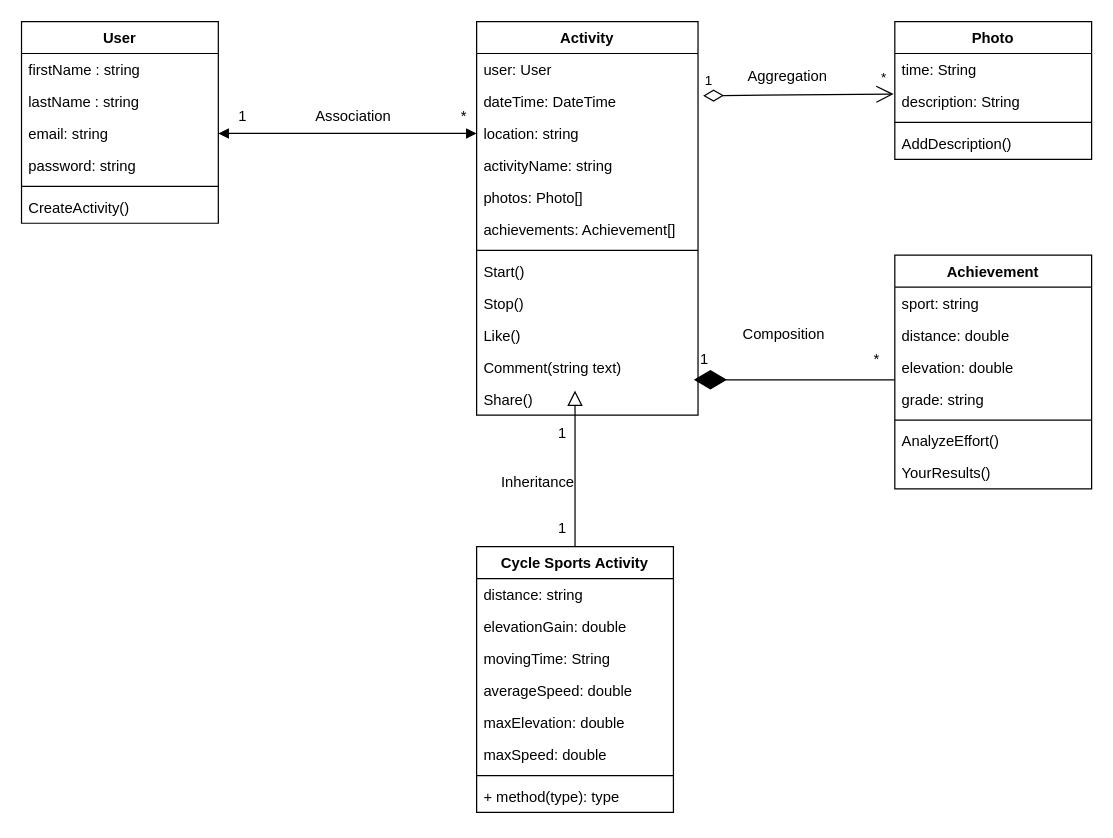
st0waway/Assignment-02-OOP keeps this draw.io diagram as Assoc.drawio. Above is the earlier version. Source tidied: cells renumbered, new cells numbered last; positions are measured from the earlier drawing's top-left corner, leaving out a move shared by most shapes. Both pictures are drawn from the tidied source at 123%, with x=0, y=0 at pixel (21, 21).
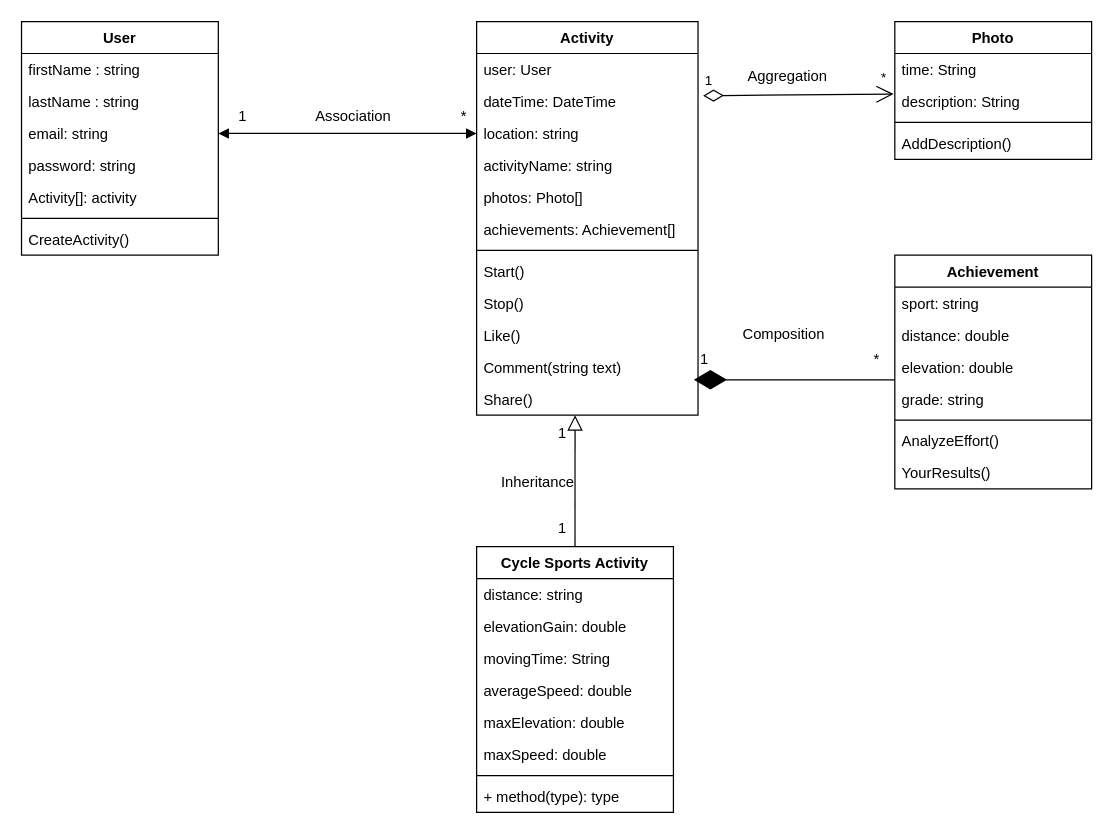
After the change.

Commit message (it also covers changes not shown here):
Modify UML diagram again

The change refers to these unchanged cells:
```xml
<mxCell id="30" value="Cycle Sports Activity" style="swimlane;fontStyle=1;align=center;verticalAlign=top;horizontal=1;startSize=26;" parent="1" vertex="1">
  <mxGeometry x="370" y="427" width="160" height="216" as="geometry" />
</mxCell>
<mxCell id="57" value="1" style="text;html=1;strokeColor=none;fillColor=none;align=center;verticalAlign=middle;whiteSpace=wrap;rounded=0;" parent="1" vertex="1">
  <mxGeometry x="410" y="320" width="60" height="30" as="geometry" />
</mxCell>
```

What changed in the source:
```diff
@@
-    <mxCell id="39" style="endArrow=block;endSize=10;endFill=0;shadow=0;strokeWidth=1;rounded=0;elbow=vertical;exitX=0.5;exitY=0;exitDx=0;exitDy=0;" parent="1" edge="1" source="30">
-      <mxGeometry relative="1" as="geometry">
-        <mxPoint x="450" y="300" as="targetPoint" />
-      </mxGeometry>
+    <mxCell id="39" style="endArrow=block;endSize=10;endFill=0;shadow=0;strokeWidth=1;rounded=0;elbow=vertical;exitX=0.5;exitY=0;exitDx=0;exitDy=0;entryX=0.667;entryY=0;entryDx=0;entryDy=0;entryPerimeter=0;" parent="1" edge="1" source="30" target="57">
+      <mxGeometry relative="1" as="geometry" />
     </mxCell>
     <mxCell id="40" value="User" style="swimlane;fontStyle=1;align=center;verticalAlign=top;horizontal=1;startSize=26;" parent="1" vertex="1">
-      <mxGeometry width="160" height="164" as="geometry" />
+      <mxGeometry width="160" height="190" as="geometry" />
     </mxCell>
@@
+    <mxCell id="59" value="password: string" style="text;strokeColor=none;fillColor=none;align=left;verticalAlign=top;spacingLeft=4;spacingRight=4;overflow=hidden;" parent="40" vertex="1">
+      <mxGeometry y="104" width="160" height="26" as="geometry" />
+    </mxCell>
-    <mxCell id="44" value="password: string" style="text;strokeColor=none;fillColor=none;align=left;verticalAlign=top;spacingLeft=4;spacingRight=4;overflow=hidden;" parent="40" vertex="1">
-      <mxGeometry y="104" width="160" height="26" as="geometry" />
+    <mxCell id="44" value="Activity[]: activity" style="text;strokeColor=none;fillColor=none;align=left;verticalAlign=top;spacingLeft=4;spacingRight=4;overflow=hidden;" parent="40" vertex="1">
+      <mxGeometry y="130" width="160" height="26" as="geometry" />
     </mxCell>
     <mxCell id="45" style="line;strokeWidth=1;fillColor=none;align=left;verticalAlign=middle;spacingTop=-1;spacingLeft=3;spacingRight=3;labelPosition=right;strokeColor=inherit;" parent="40" vertex="1">
-      <mxGeometry y="130" width="160" height="8" as="geometry" />
+      <mxGeometry y="156" width="160" height="8" as="geometry" />
     </mxCell>
     <mxCell id="46" value="CreateActivity()" style="text;strokeColor=none;fillColor=none;align=left;verticalAlign=top;spacingLeft=4;spacingRight=4;overflow=hidden;" parent="40" vertex="1">
-      <mxGeometry y="138" width="160" height="26" as="geometry" />
+      <mxGeometry y="164" width="160" height="26" as="geometry" />
     </mxCell>
```
